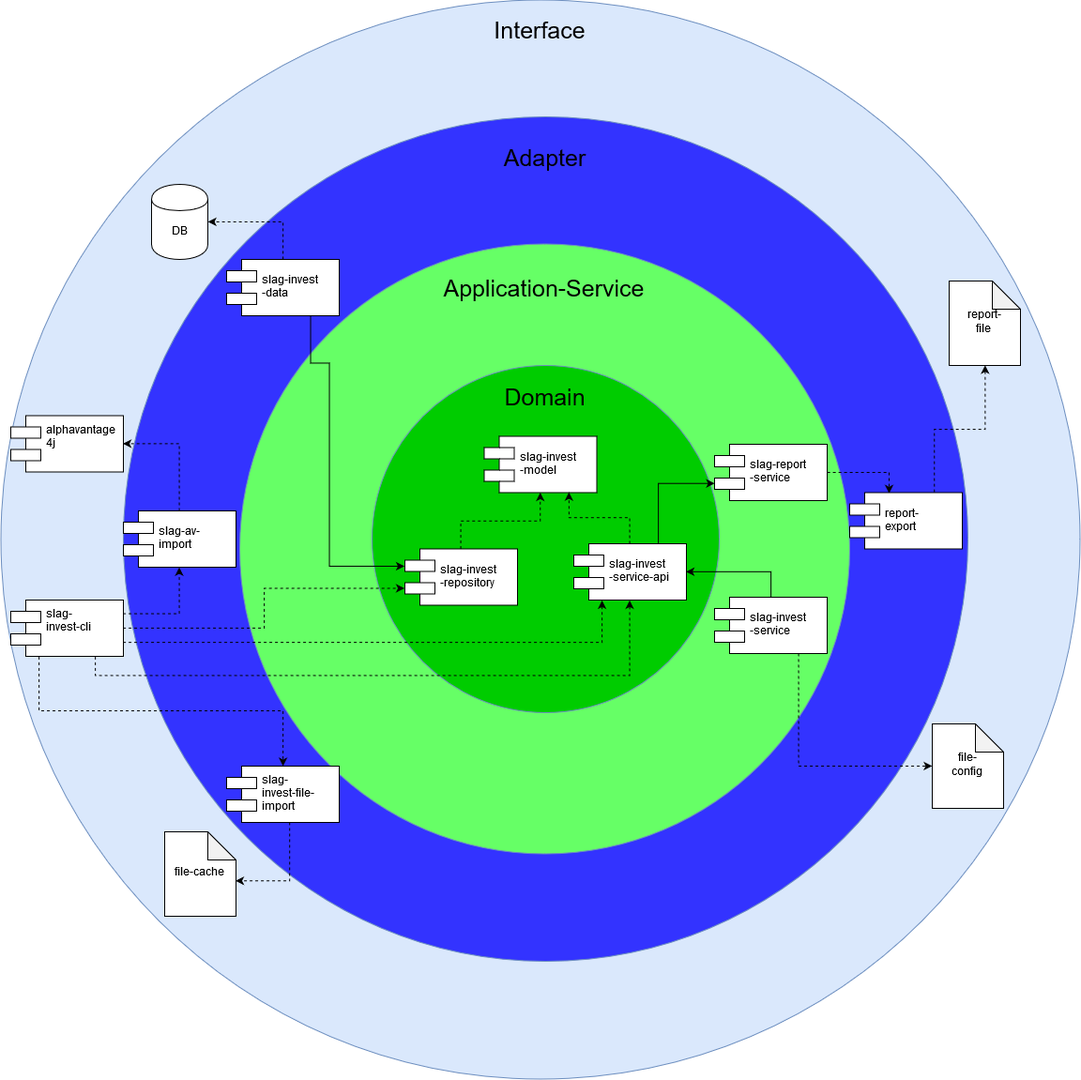
The draw.io diagram slag-invest/bausteinsicht-uebersichtsdiagramm.png in de-slag/slag-invest, before a commit. Source tidied: cells renumbered, new cells last; positions are measured from the earlier drawing's top-left corner, leaving out a move shared by most shapes.
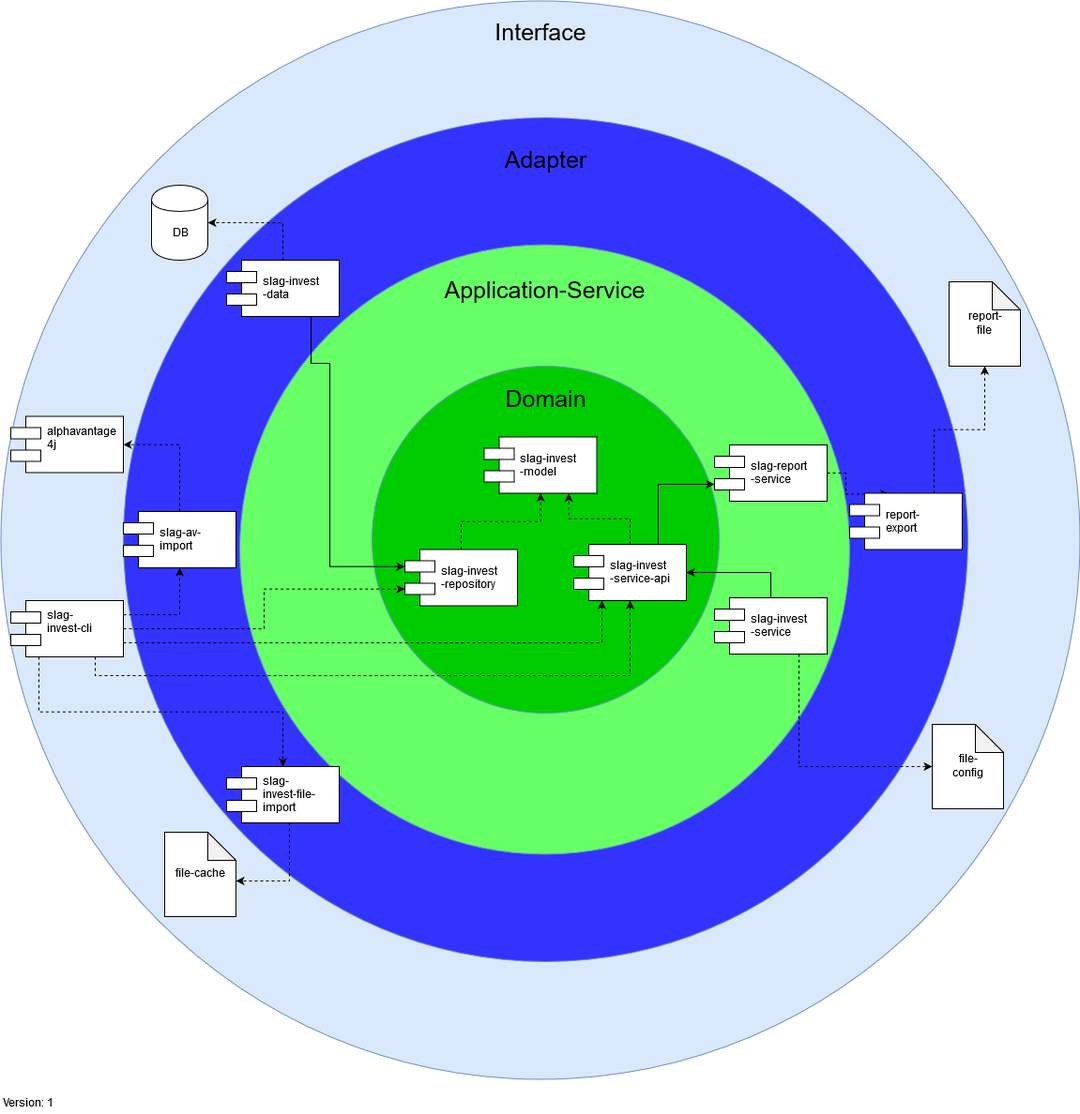
Later version of the same file.

Commit message:
bausteinsicht übersichtsdiagramm version 1

What changed in the source:
```diff
@@ -113,5 +113,8 @@
     <mxCell id="36" value="&lt;div&gt;report-&lt;/div&gt;&lt;div&gt;file&lt;br&gt;&lt;/div&gt;" style="shape=note;whiteSpace=wrap;html=1;backgroundOutline=1;darkOpacity=0.05;" parent="1" vertex="1">
       <mxGeometry x="1010" y="299" width="76" height="90" as="geometry" />
     </mxCell>
+    <mxCell id="37" value="Version: 1" style="text;html=1;strokeColor=none;fillColor=none;align=left;verticalAlign=middle;whiteSpace=wrap;rounded=0;" parent="1" vertex="1">
+      <mxGeometry y="1166" width="110" height="20" as="geometry" />
+    </mxCell>
   </root>
 </mxGraphModel>
```
